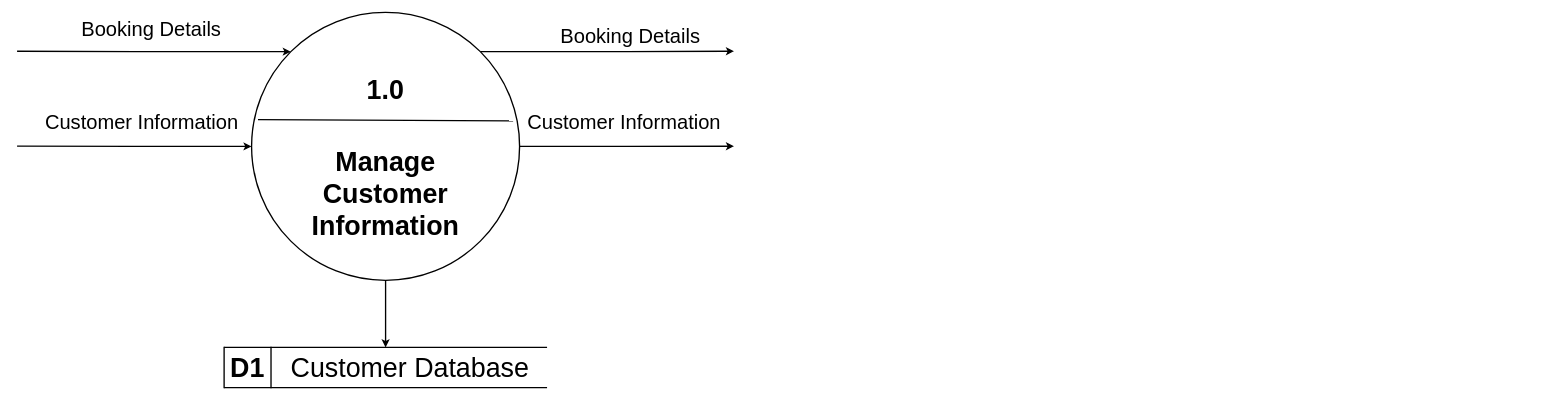
Earlier version of the draw.io diagram CC13/ExplosionOFPRocess1.0.drawio (doyaoencab/draw.io). Source tidied: cells renumbered, new cells numbered last; positions are measured from the earlier drawing's top-left corner, leaving out a move shared by most shapes. Both pictures are drawn from the tidied source at 67%, with x=0, y=0 at pixel (17, 12).
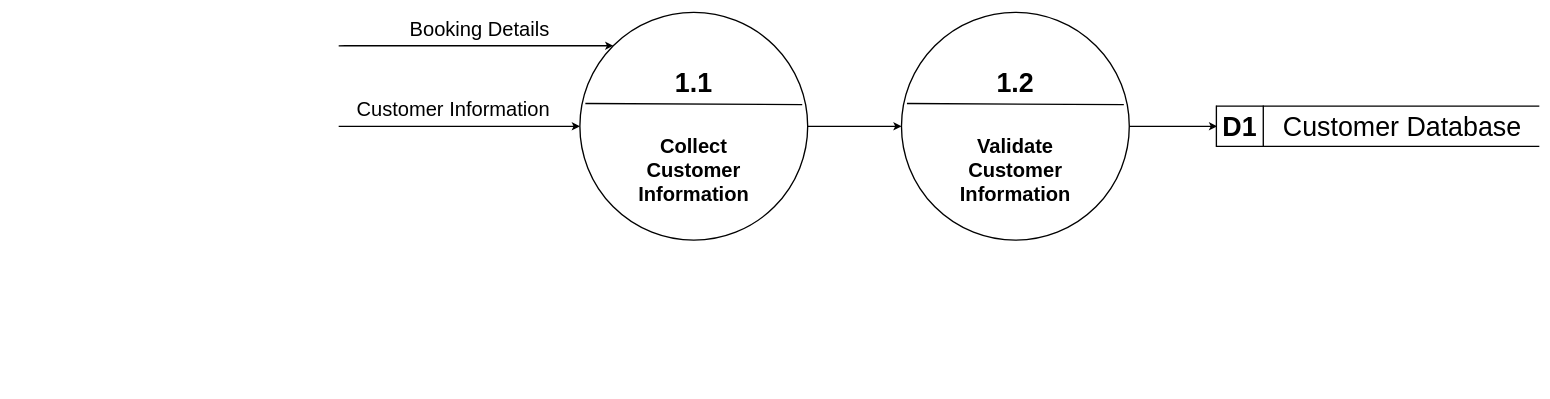
Above is the later version.

The edit, as a diff of the source:
```diff
@@
     <mxCell id="2" style="edgeStyle=orthogonalEdgeStyle;rounded=0;jettySize=auto;html=1;exitX=0;exitY=0;exitDx=0;exitDy=0;endArrow=none;endFill=0;startArrow=classic;startFill=1;strokeWidth=2;" parent="1" edge="1" source="7">
       <mxGeometry relative="1" as="geometry">
-        <mxPoint y="58" as="targetPoint" />
+        <mxPoint x="480" y="50" as="targetPoint" />
+        <Array as="points">
+          <mxPoint x="490" y="50" />
+        </Array>
       </mxGeometry>
     </mxCell>
     <mxCell id="3" style="edgeStyle=orthogonalEdgeStyle;rounded=0;jettySize=auto;html=1;exitX=0;exitY=0.5;exitDx=0;exitDy=0;endArrow=none;endFill=0;startArrow=classic;startFill=1;strokeWidth=2;" parent="1" edge="1" source="7">
       <mxGeometry relative="1" as="geometry">
-        <mxPoint y="199.7" as="targetPoint" />
+        <mxPoint x="480" y="170" as="targetPoint" />
+        <Array as="points">
+          <mxPoint x="490" y="170" />
+        </Array>
       </mxGeometry>
     </mxCell>
-    <mxCell id="4" style="edgeStyle=orthogonalEdgeStyle;rounded=0;jettySize=auto;html=1;entryX=0;entryY=0.5;entryDx=0;entryDy=0;strokeWidth=2;" parent="1" edge="1" source="7" target="14">
-      <mxGeometry relative="1" as="geometry" />
-    </mxCell>
-    <mxCell id="5" style="edgeStyle=orthogonalEdgeStyle;rounded=0;jettySize=auto;html=1;exitX=1;exitY=0;exitDx=0;exitDy=0;strokeWidth=2;" parent="1" edge="1" source="7">
-      <mxGeometry relative="1" as="geometry">
-        <mxPoint x="1070" y="58" as="targetPoint" />
-      </mxGeometry>
-    </mxCell>
-    <mxCell id="6" style="edgeStyle=orthogonalEdgeStyle;rounded=0;jettySize=auto;html=1;exitX=1;exitY=0.5;exitDx=0;exitDy=0;strokeWidth=2;" parent="1" edge="1" source="7">
-      <mxGeometry relative="1" as="geometry">
-        <mxPoint x="1070" y="199.7" as="targetPoint" />
-      </mxGeometry>
-    </mxCell>
+    <mxCell id="18" style="edgeStyle=orthogonalEdgeStyle;rounded=0;jettySize=auto;html=1;entryX=0;entryY=0.5;entryDx=0;entryDy=0;strokeWidth=2;" parent="1" edge="1" source="7" target="20">
+      <mxGeometry relative="1" as="geometry" />
+    </mxCell>
     <mxCell id="7" style="ellipse;whiteSpace=wrap;html=1;strokeWidth=2;" parent="1" vertex="1">
-      <mxGeometry x="350" width="400" height="400" as="geometry" />
+      <mxGeometry x="840" width="340" height="340" as="geometry" />
     </mxCell>
@@
-    <mxCell id="9" value="&lt;b&gt;&lt;font&gt;1.0&lt;/font&gt;&lt;/b&gt;" style="text;html=1;align=center;verticalAlign=middle;whiteSpace=wrap;rounded=0;fontSize=40;strokeWidth=2;" parent="1" vertex="1">
-      <mxGeometry x="520" y="100" width="60" height="30" as="geometry" />
+    <mxCell id="9" value="&lt;b&gt;1.1&lt;/b&gt;" style="text;html=1;align=center;verticalAlign=middle;whiteSpace=wrap;rounded=0;fontSize=40;strokeWidth=2;" parent="1" vertex="1">
+      <mxGeometry x="980" y="90" width="60" height="30" as="geometry" />
     </mxCell>
-    <mxCell id="10" value="&lt;b&gt;&lt;font style=&quot;font-size: 40px;&quot;&gt;Manage Customer Information&lt;/font&gt;&lt;/b&gt;" style="text;html=1;align=center;verticalAlign=middle;whiteSpace=wrap;rounded=0;strokeWidth=2;" parent="1" vertex="1">
-      <mxGeometry x="450" y="190" width="200" height="160" as="geometry" />
+    <mxCell id="10" value="&lt;b&gt;&lt;font style=&quot;font-size: 30px;&quot;&gt;Collect Customer Information&lt;/font&gt;&lt;/b&gt;" style="text;html=1;align=center;verticalAlign=middle;whiteSpace=wrap;rounded=0;strokeWidth=2;" parent="1" vertex="1">
+      <mxGeometry x="910" y="155" width="200" height="160" as="geometry" />
     </mxCell>
     <mxCell id="11" value="&lt;font style=&quot;font-size: 30px;&quot;&gt;Booking Details&lt;/font&gt;" style="text;html=1;align=center;verticalAlign=middle;strokeColor=none;fillColor=none;" parent="1" vertex="1">
-      <mxGeometry x="85" width="230" height="50" as="geometry" />
+      <mxGeometry x="575" width="230" height="50" as="geometry" />
     </mxCell>
     <mxCell id="12" value="&lt;span style=&quot;color: rgb(0, 0, 0); font-family: Helvetica; font-style: normal; font-variant-ligatures: normal; font-variant-caps: normal; font-weight: 400; letter-spacing: normal; orphans: 2; text-align: center; text-indent: 0px; text-transform: none; widows: 2; word-spacing: 0px; -webkit-text-stroke-width: 0px; white-space: nowrap; background-color: rgb(255, 255, 255); text-decoration-thickness: initial; text-decoration-style: initial; text-decoration-color: initial; float: none; display: inline !important;&quot;&gt;&lt;font style=&quot;font-size: 30px;&quot;&gt;Customer Information&lt;/font&gt;&lt;/span&gt;" style="text;whiteSpace=wrap;html=1;" parent="1" vertex="1">
-      <mxGeometry x="40" y="140" width="300" height="50" as="geometry" />
+      <mxGeometry x="505" y="120" width="300" height="50" as="geometry" />
     </mxCell>
     <mxCell id="13" value="&lt;font style=&quot;font-size: 40px;&quot;&gt;D1&lt;/font&gt;" style="shape=partialRectangle;whiteSpace=wrap;html=1;top=0;bottom=0;fillColor=none;fontStyle=1;strokeWidth=2;" parent="1" vertex="1">
-      <mxGeometry x="309" y="500" width="70" height="60" as="geometry" />
+      <mxGeometry x="1790" y="140" width="70" height="60" as="geometry" />
     </mxCell>
     <mxCell id="14" style="shape=partialRectangle;whiteSpace=wrap;html=1;top=0;bottom=0;fillColor=none;rotation=90;fontStyle=1;strokeWidth=2;" parent="1" vertex="1">
-      <mxGeometry x="520" y="290" width="60" height="480" as="geometry" />
+      <mxGeometry x="2001" y="-70" width="60" height="480" as="geometry" />
     </mxCell>
     <mxCell id="15" value="&lt;font style=&quot;font-size: 40px;&quot;&gt;Customer Database&lt;/font&gt;" style="text;html=1;align=center;verticalAlign=middle;whiteSpace=wrap;rounded=0;strokeWidth=2;" parent="1" vertex="1">
-      <mxGeometry x="395" y="515" width="383" height="30" as="geometry" />
+      <mxGeometry x="1876" y="155" width="383" height="30" as="geometry" />
     </mxCell>
-    <mxCell id="16" value="&lt;font style=&quot;font-size: 30px;&quot;&gt;Booking Details&lt;/font&gt;" style="text;html=1;align=center;verticalAlign=middle;strokeColor=none;fillColor=none;" parent="1" vertex="1">
-      <mxGeometry x="800" y="10" width="230" height="50" as="geometry" />
-    </mxCell>
-    <mxCell id="17" value="&lt;span style=&quot;color: rgb(0, 0, 0); font-family: Helvetica; font-style: normal; font-variant-ligatures: normal; font-variant-caps: normal; font-weight: 400; letter-spacing: normal; orphans: 2; text-align: center; text-indent: 0px; text-transform: none; widows: 2; word-spacing: 0px; -webkit-text-stroke-width: 0px; white-space: nowrap; background-color: rgb(255, 255, 255); text-decoration-thickness: initial; text-decoration-style: initial; text-decoration-color: initial; float: none; display: inline !important;&quot;&gt;&lt;font style=&quot;font-size: 30px;&quot;&gt;Customer Information&lt;/font&gt;&lt;/span&gt;" style="text;whiteSpace=wrap;html=1;" parent="1" vertex="1">
-      <mxGeometry x="760" y="140" width="300" height="50" as="geometry" />
-    </mxCell>
+    <mxCell id="19" style="edgeStyle=orthogonalEdgeStyle;rounded=0;jettySize=auto;html=1;entryX=0.5;entryY=1;entryDx=0;entryDy=0;strokeWidth=2;" parent="1" edge="1" source="20" target="14">
+      <mxGeometry relative="1" as="geometry" />
+    </mxCell>
+    <mxCell id="20" style="ellipse;whiteSpace=wrap;html=1;strokeWidth=2;" parent="1" vertex="1">
+      <mxGeometry x="1320" width="340" height="340" as="geometry" />
+    </mxCell>
+    <mxCell id="21" style="endArrow=none;html=1;rounded=0;exitX=0.024;exitY=0.4;exitDx=0;exitDy=0;exitPerimeter=0;entryX=0.976;entryY=0.405;entryDx=0;entryDy=0;entryPerimeter=0;strokeWidth=2;" parent="1" edge="1" source="20" target="20">
+      <mxGeometry relative="1" as="geometry" />
+    </mxCell>
+    <mxCell id="22" value="&lt;b&gt;&lt;font&gt;1.2&lt;/font&gt;&lt;/b&gt;" style="text;html=1;align=center;verticalAlign=middle;whiteSpace=wrap;rounded=0;fontSize=40;strokeWidth=2;" parent="1" vertex="1">
+      <mxGeometry x="1460" y="90" width="60" height="30" as="geometry" />
+    </mxCell>
+    <mxCell id="23" value="&lt;b&gt;&lt;font style=&quot;font-size: 30px;&quot;&gt;Validate Customer Information&lt;/font&gt;&lt;/b&gt;" style="text;html=1;align=center;verticalAlign=middle;whiteSpace=wrap;rounded=0;strokeWidth=2;" parent="1" vertex="1">
+      <mxGeometry x="1390" y="155" width="200" height="160" as="geometry" />
+    </mxCell>
```
